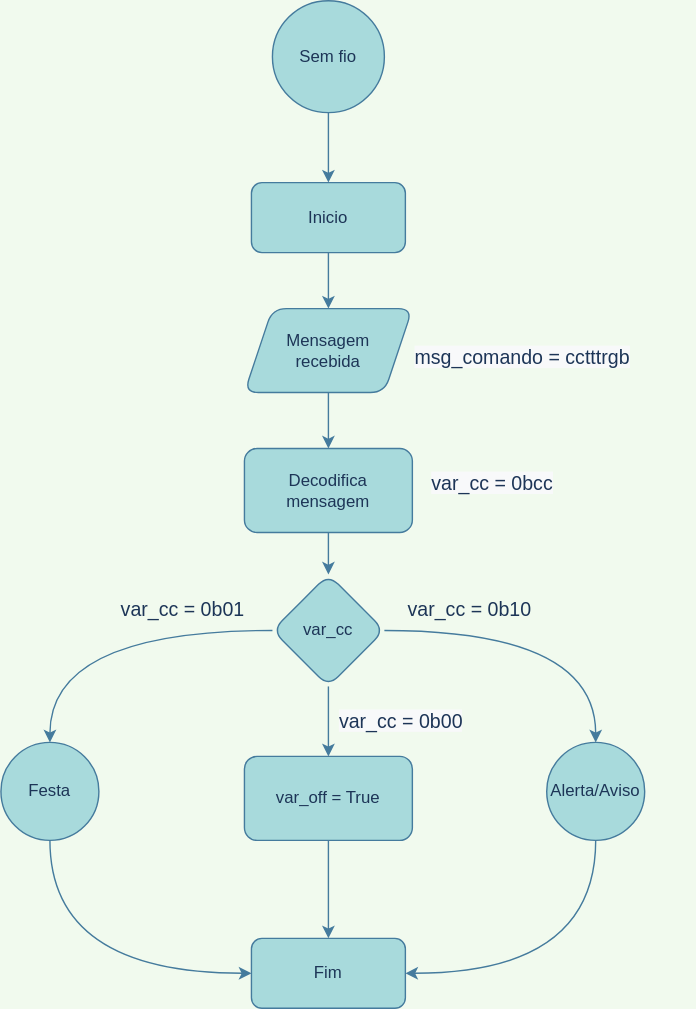
Above: 2022.2/smart_bangle/alg_sem_fio.drawio.svg in teaching-FEEC/ea075 (draw.io), before the change. Source tidied: cells renumbered, new cells last; positions are measured from the earlier drawing's top-left corner, leaving out a move shared by most shapes.
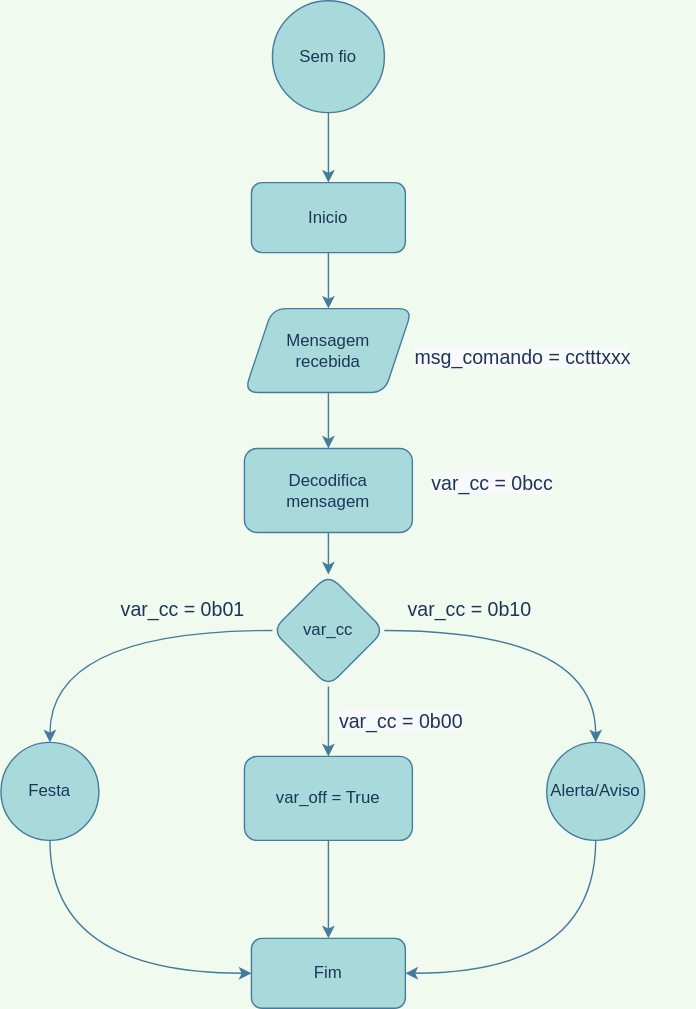
Above is the later version.

Change to the diagram source:
```diff
@@ -55,7 +55,7 @@
     <mxCell id="16" value="Fim" style="rounded=1;whiteSpace=wrap;html=1;fillColor=#A8DADC;strokeColor=#457B9D;fontColor=#1D3557;" parent="1" vertex="1">
       <mxGeometry x="179" y="670" width="110" height="50" as="geometry" />
     </mxCell>
-    <mxCell id="17" value="&lt;span style=&quot;color: rgb(29, 53, 87); font-family: Helvetica; font-size: 14px; font-style: normal; font-variant-ligatures: normal; font-variant-caps: normal; font-weight: 400; letter-spacing: normal; orphans: 2; text-align: center; text-indent: 0px; text-transform: none; widows: 2; word-spacing: 0px; -webkit-text-stroke-width: 0px; background-color: rgb(248, 249, 250); text-decoration-thickness: initial; text-decoration-style: initial; text-decoration-color: initial; float: none; display: inline !important;&quot;&gt;msg_comando = cctttrgb&lt;/span&gt;" style="text;whiteSpace=wrap;html=1;fontColor=#1D3557;rounded=1;" parent="1" vertex="1">
+    <mxCell id="17" value="&lt;span style=&quot;color: rgb(29, 53, 87); font-family: Helvetica; font-size: 14px; font-style: normal; font-variant-ligatures: normal; font-variant-caps: normal; font-weight: 400; letter-spacing: normal; orphans: 2; text-align: center; text-indent: 0px; text-transform: none; widows: 2; word-spacing: 0px; -webkit-text-stroke-width: 0px; background-color: rgb(248, 249, 250); text-decoration-thickness: initial; text-decoration-style: initial; text-decoration-color: initial; float: none; display: inline !important;&quot;&gt;msg_comando = cctttxxx&lt;/span&gt;" style="text;whiteSpace=wrap;html=1;fontColor=#1D3557;rounded=1;" parent="1" vertex="1">
       <mxGeometry x="294" y="240" width="190" height="40" as="geometry" />
     </mxCell>
     <mxCell id="18" value="&lt;span style=&quot;color: rgb(29, 53, 87); font-family: Helvetica; font-size: 14px; font-style: normal; font-variant-ligatures: normal; font-variant-caps: normal; font-weight: 400; letter-spacing: normal; orphans: 2; text-align: center; text-indent: 0px; text-transform: none; widows: 2; word-spacing: 0px; -webkit-text-stroke-width: 0px; background-color: rgb(248, 249, 250); text-decoration-thickness: initial; text-decoration-style: initial; text-decoration-color: initial; float: none; display: inline !important;&quot;&gt;var_cc = 0bcc&lt;/span&gt;" style="text;whiteSpace=wrap;html=1;fontColor=#1D3557;rounded=1;" parent="1" vertex="1">
```
